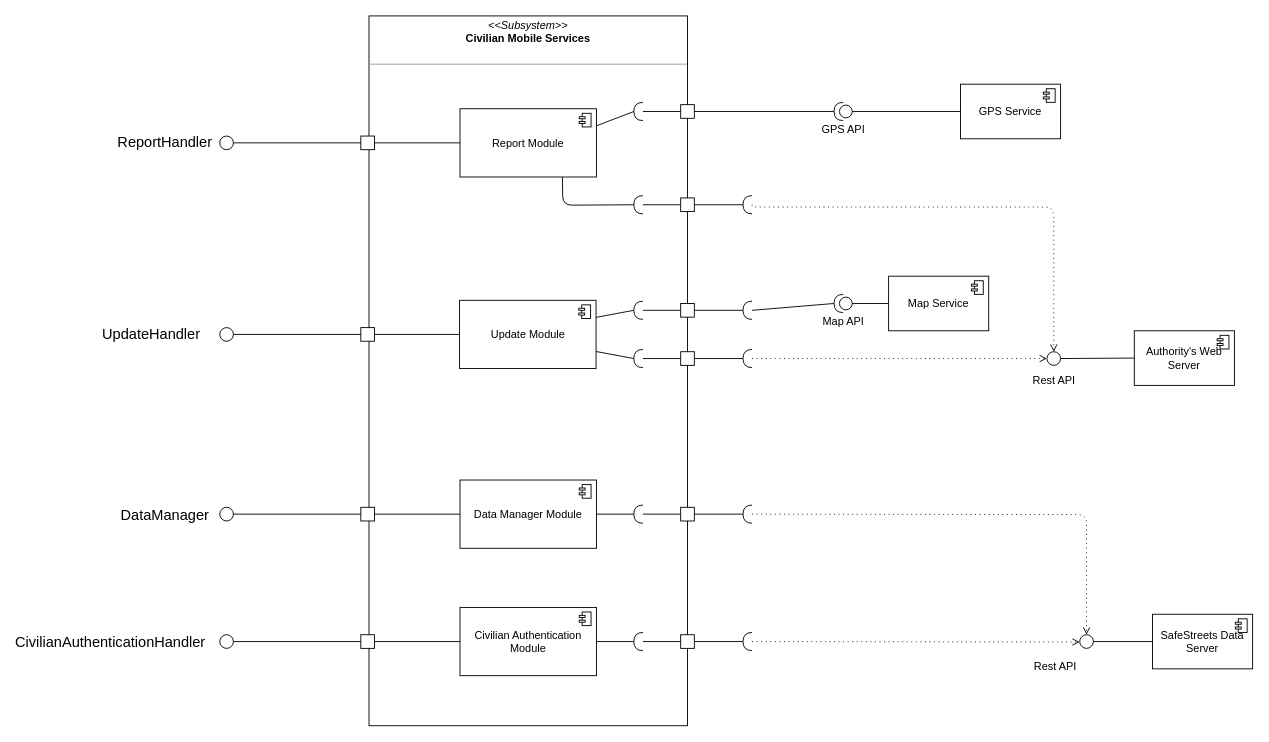
Earlier version of the draw.io diagram DD/images/Drawio/CivilianMobileServicesProjection.drawio (marcuz1996/Software-Engineering-Project). Source tidied: cells renumbered, new cells numbered last; positions are measured from the earlier drawing's top-left corner, leaving out a move shared by most shapes. Both pictures are drawn from the tidied source at 91%, with x=0, y=0 at pixel (83, 15).
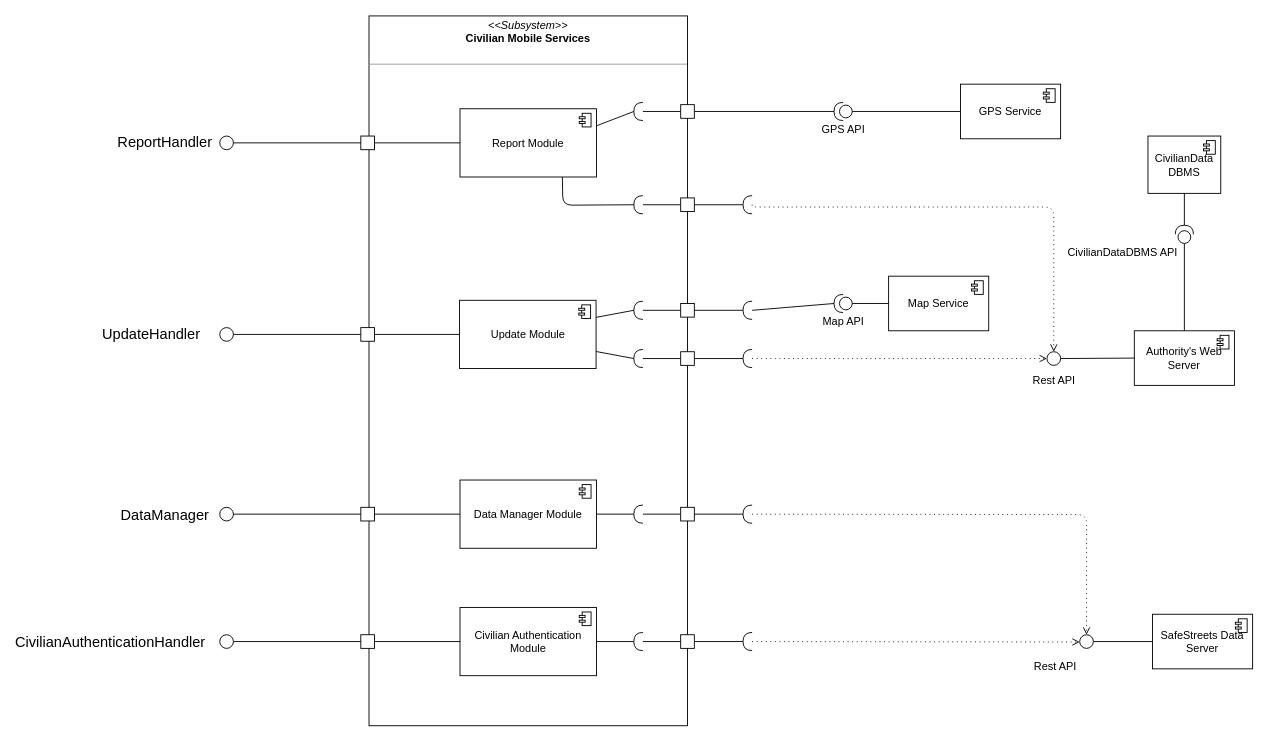
After the change.

Unchanged cells that the change refers to:
```xml
<mxCell id="24" value="Authority's Web Server" style="html=1;outlineConnect=0;whiteSpace=wrap;shape=mxgraph.archimate3.application;appType=comp;archiType=square;" parent="1" vertex="1">
  <mxGeometry x="1155" y="346" width="110" height="60" as="geometry" />
</mxCell>
```

What changed in the source:
```diff
@@
+    <mxCell id="81" style="shape=providedRequiredInterface;html=1;verticalLabelPosition=bottom;direction=north;" parent="1" vertex="1">
+      <mxGeometry x="1200" y="230" width="20" height="20" as="geometry" />
+    </mxCell>
+    <mxCell id="82" value="CivilianData DBMS" style="html=1;outlineConnect=0;whiteSpace=wrap;shape=mxgraph.archimate3.application;appType=comp;archiType=square;" parent="1" vertex="1">
+      <mxGeometry x="1170" y="132" width="80" height="63" as="geometry" />
+    </mxCell>
+    <mxCell id="83" style="endArrow=none;html=1;exitX=0.5;exitY=1;exitDx=0;exitDy=0;exitPerimeter=0;entryX=1;entryY=0.5;entryDx=0;entryDy=0;entryPerimeter=0;" parent="1" edge="1" source="82" target="81">
+      <mxGeometry relative="1" as="geometry" />
+    </mxCell>
+    <mxCell id="84" style="endArrow=none;html=1;entryX=0.5;entryY=0;entryDx=0;entryDy=0;entryPerimeter=0;exitX=0;exitY=0.5;exitDx=0;exitDy=0;exitPerimeter=0;" parent="1" edge="1" source="81" target="24">
+      <mxGeometry relative="1" as="geometry" />
+    </mxCell>
+    <mxCell id="85" value="CivilianDataDBMS API" style="text;html=1;align=left;verticalAlign=top;spacingTop=-4;" parent="1" vertex="1">
+      <mxGeometry x="1080" y="250" width="140" height="20" as="geometry" />
+    </mxCell>
```
